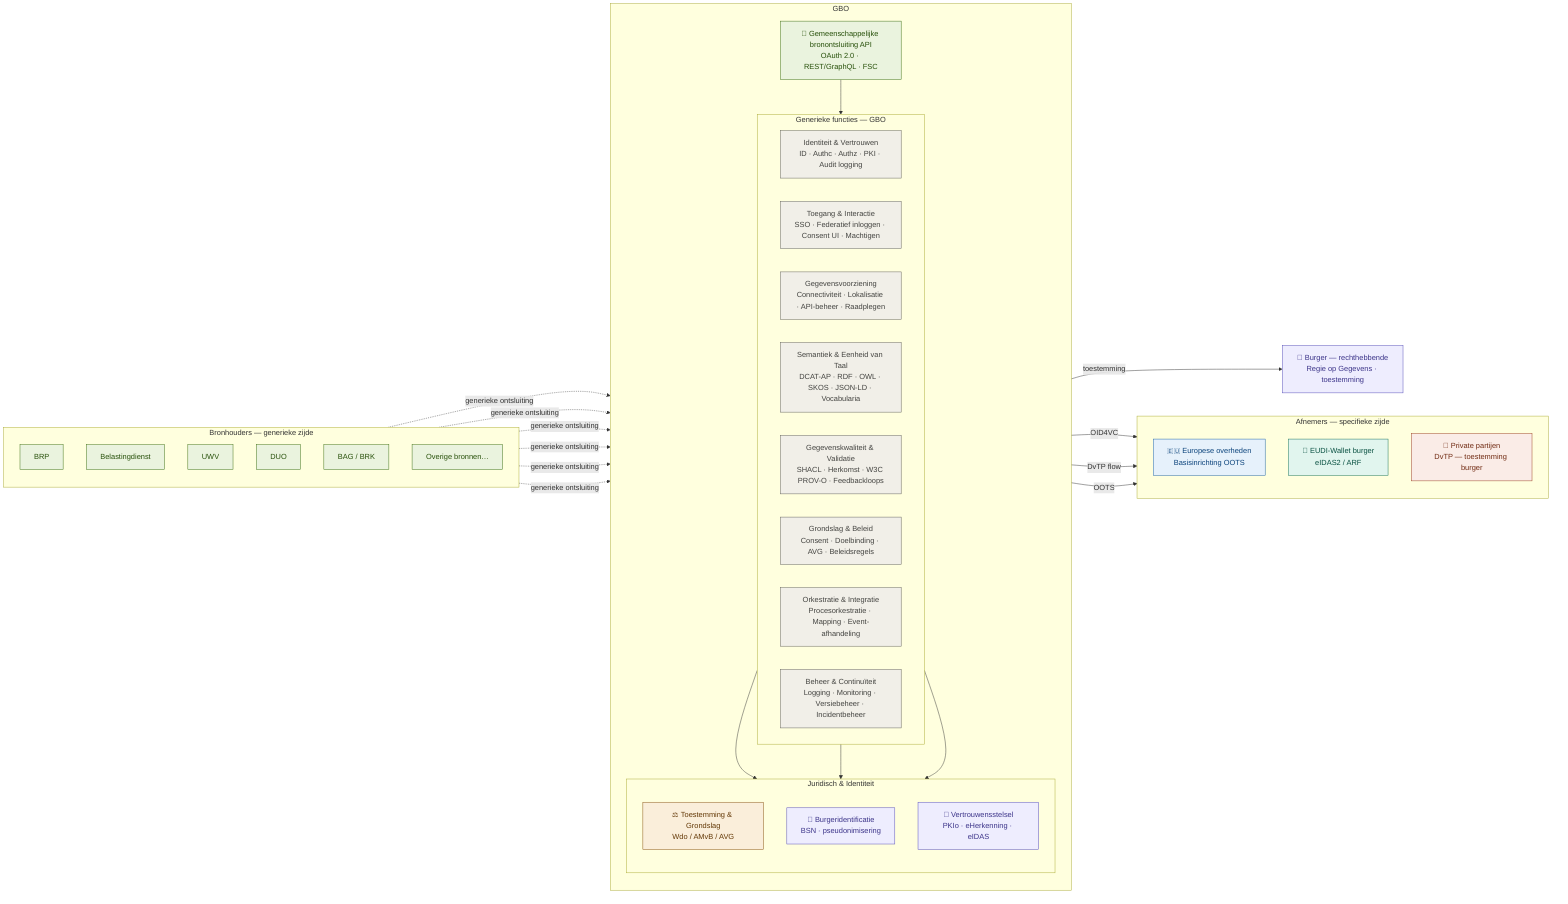
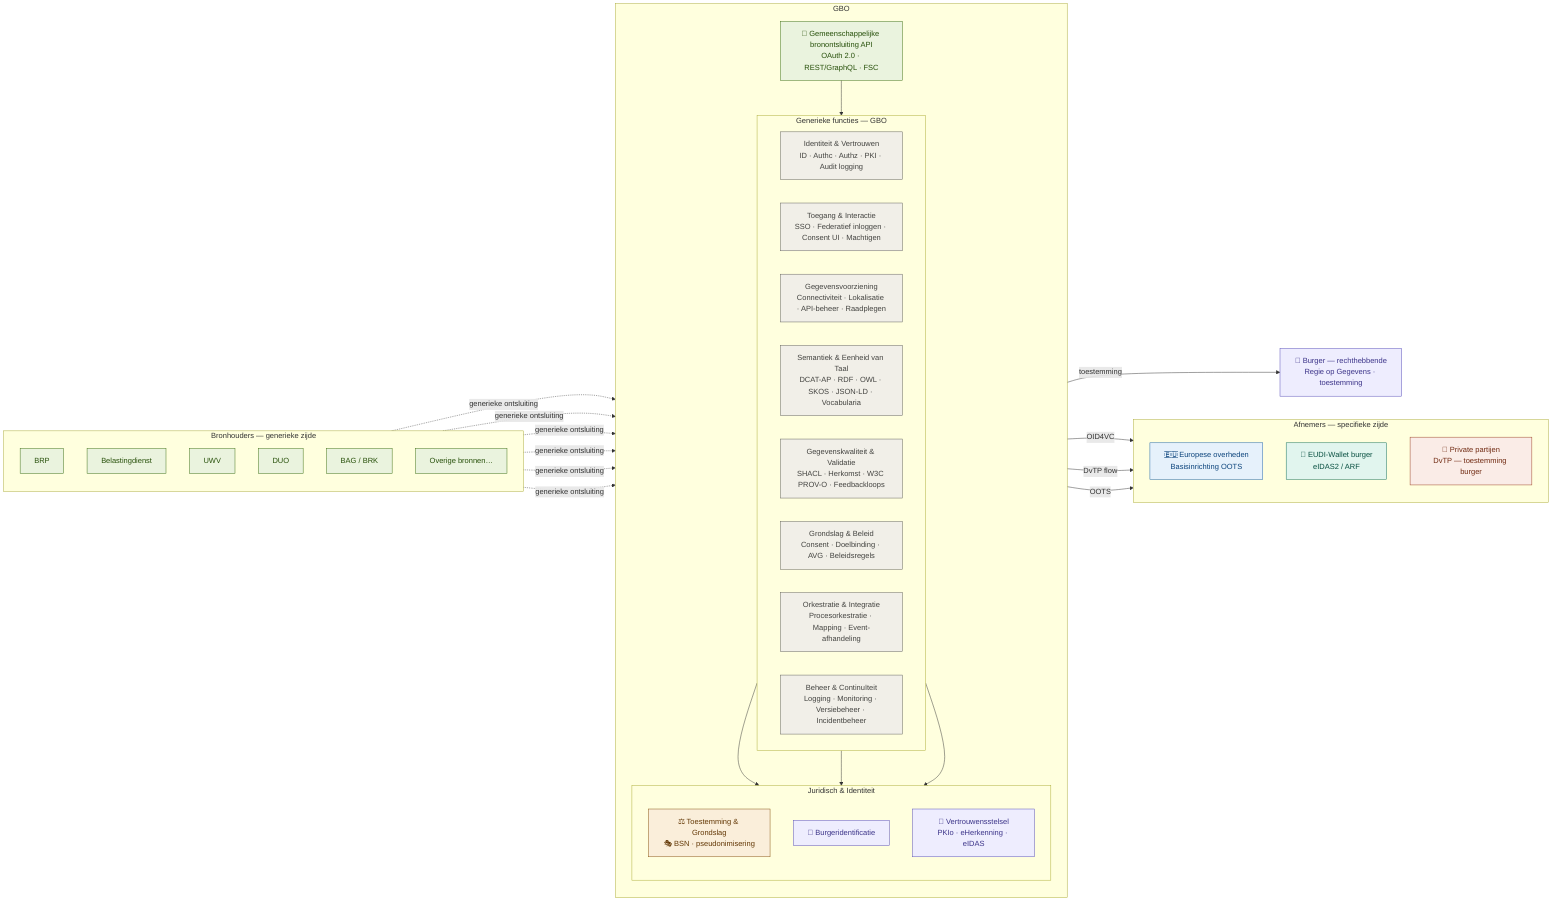
graph LR
    %% ── Bronhouders (links) ──────────────────────────────────
    subgraph BRH["Bronhouders — generieke zijde"]
        direction TB
        BRP["BRP"]
        BD["Belastingdienst"]
        UWV["UWV"]
        DUO["DUO"]
        BAG["BAG / BRK"]
        OV["Overige bronnen…"]
    end

    %% ── GBO Kern (midden) ────────────────────────────────────
    subgraph GBO["GBO"]
        direction TB

        subgraph TRUST["Juridisch &amp; Identiteit"]
            direction TB
-             TG["⚖️ Toestemming &amp; Grondslag<br />Wdo / AMvB / AVG"]
-             BI["🪪 Burgeridentificatie<br />BSN · pseudonimisering"]
+             TG["⚖️ Toestemming &amp; Grondslag<br />🎭 BSN · pseudonimisering"]
+             BI["🪪 Burgeridentificatie"]
            VS["🔐 Vertrouwensstelsel<br />PKIo · eHerkenning · eIDAS"]
        end

        subgraph FUNC["Generieke functies — GBO"]
            direction LR
            F1["Identiteit &amp; Vertrouwen<br />ID · Authc · Authz · PKI · Audit logging"]
            F2["Toegang &amp; Interactie<br />SSO · Federatief inloggen · Consent UI · Machtigen"]
            F3["Gegevensvoorziening<br />Connectiviteit · Lokalisatie · API-beheer · Raadplegen"]
            F4["Semantiek &amp; Eenheid van Taal<br />DCAT-AP · RDF · OWL · SKOS · JSON-LD · Vocabularia"]
            F5["Gegevenskwaliteit &amp; Validatie<br />SHACL · Herkomst · W3C PROV-O · Feedbackloops"]
            F6["Grondslag &amp; Beleid<br />Consent · Doelbinding · AVG · Beleidsregels"]
            F7["Orkestratie &amp; Integratie<br />Procesorkestratie · Mapping · Event-afhandeling"]
            F8["Beheer &amp; Continuïteit<br />Logging · Monitoring · Versiebeheer · Incidentbeheer"]
        end

        BRON_API["🔗 Gemeenschappelijke bronontsluiting API<br />OAuth 2.0 · REST/GraphQL · FSC"]
    end

    %% ── Burger (onderaan) ────────────────────────────────────
    BRG["👤 Burger — rechthebbende<br />Regie op Gegevens · toestemming"]

    %% ── Afnemers (rechts) ────────────────────────────────────
    subgraph AFN["Afnemers — specifieke zijde"]
        direction TB
        EU["🇪🇺 Europese overheden<br />Basisinrichting OOTS"]
        EDI["📱 EUDI-Wallet burger<br />eIDAS2 / ARF"]
        PP["🏢 Private partijen<br />DvTP — toestemming burger"]
    end

    %% ── Verbindingen ─────────────────────────────────────────
    BRP -.->|generieke ontsluiting| BRON_API
    BD  -.->|generieke ontsluiting| BRON_API
    UWV -.->|generieke ontsluiting| BRON_API
    DUO -.->|generieke ontsluiting| BRON_API
    BAG -.->|generieke ontsluiting| BRON_API
    OV  -.->|generieke ontsluiting| BRON_API

    BRON_API --> FUNC

    FUNC --> TG
    FUNC --> BI
    FUNC --> VS

    FUNC -->|OOTS| EU
    BI -->|OID4VC| EDI
    TG -->|DvTP flow| PP

    TG -->|toestemming| BRG

    %% ── Stijlen ──────────────────────────────────────────────
    classDef afnemer_private fill:#FAECE7,stroke:#993C1D,color:#712B13
    classDef afnemer_eu      fill:#E6F1FB,stroke:#185FA5,color:#0C447C
    classDef afnemer_edi     fill:#E1F5EE,stroke:#0F6E56,color:#085041
    classDef juridisch       fill:#FAEEDA,stroke:#854F0B,color:#633806
    classDef identiteit      fill:#EEEDFE,stroke:#534AB7,color:#3C3489
    classDef generiek        fill:#F1EFE8,stroke:#5F5E5A,color:#444441
    classDef bronontsluiting fill:#EAF3DE,stroke:#3B6D11,color:#27500A
    classDef bronhouder      fill:#EAF3DE,stroke:#3B6D11,color:#27500A
    classDef burger          fill:#EEEDFE,stroke:#534AB7,color:#3C3489

    class PP afnemer_private
    class EU afnemer_eu
    class EDI afnemer_edi
    class TG juridisch
    class BI,VS identiteit
    class F1,F2,F3,F4,F5,F6,F7,F8 generiek
    class BRON_API bronontsluiting
    class BRP,BD,UWV,DUO,BAG,OV bronhouder
    class BRG burger
